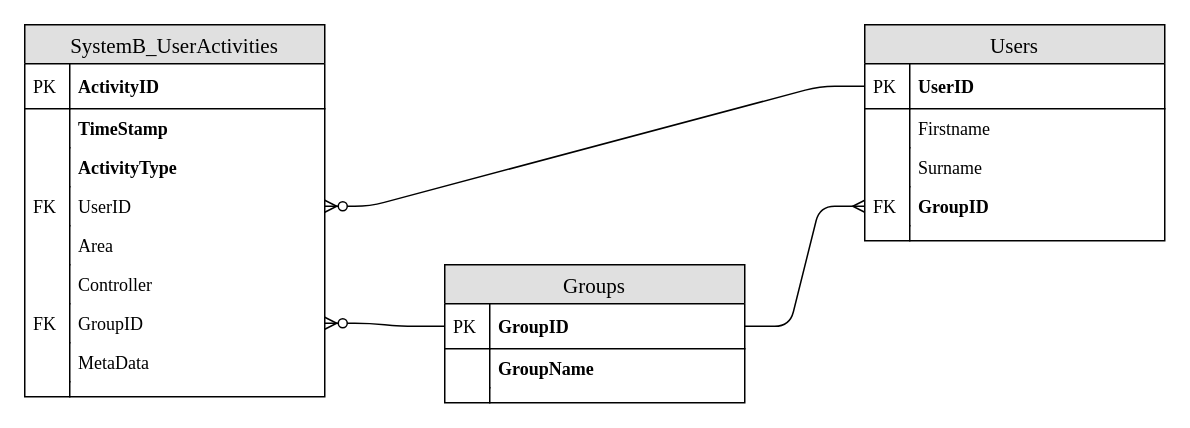
Earlier version of the draw.io diagram img/Chapter2/SystemB_ERD_Basic/SystemB_ERD_Basic.drawio (CorrieScheepers/Masters). Source tidied: cells renumbered, new cells numbered last; positions are measured from the earlier drawing's top-left corner, leaving out a move shared by most shapes. Both pictures are drawn from the tidied source at 150%, with x=0, y=0 at pixel (24, 24).
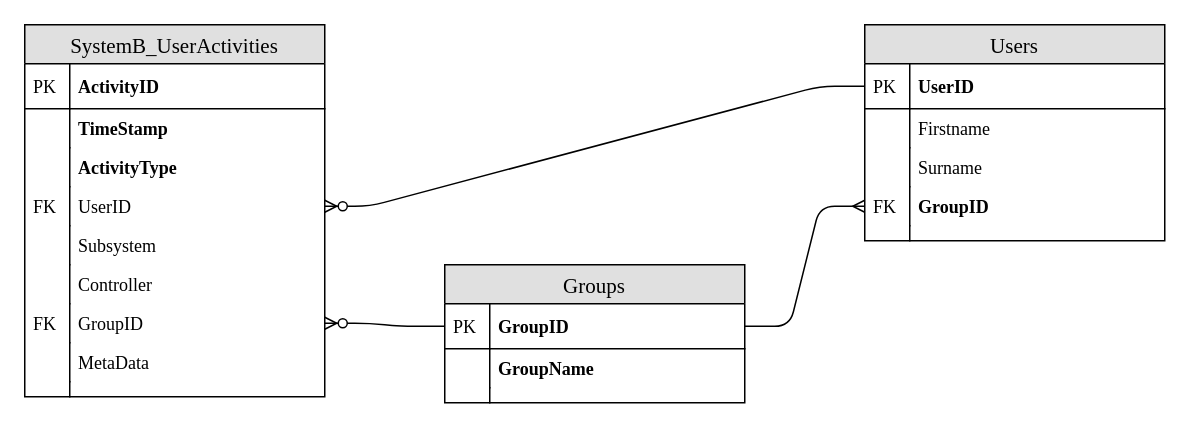
Above is the later version.

Unchanged cells that the change refers to:
```xml
<mxCell id="13" value="SystemB_UserActivities" style="swimlane;fontStyle=0;horizontal=1;startSize=26;fillColor=#e0e0e0;swimlaneFillColor=#ffffff;align=center;fontSize=14;fontFamily=Times New Roman;" parent="1" vertex="1">
  <mxGeometry width="200" height="248" as="geometry" />
</mxCell>
```

Change to the diagram source:
```diff
@@
-    <mxCell id="22" value="Area" style="shape=partialRectangle;top=0;left=0;right=0;bottom=0;align=left;verticalAlign=top;fillColor=none;spacingLeft=34;spacingRight=4;overflow=hidden;fontSize=12;fontFamily=Times New Roman;" parent="13" vertex="1">
+    <mxCell id="22" value="Subsystem" style="shape=partialRectangle;top=0;left=0;right=0;bottom=0;align=left;verticalAlign=top;fillColor=none;spacingLeft=34;spacingRight=4;overflow=hidden;fontSize=12;fontFamily=Times New Roman;" parent="13" vertex="1">
       <mxGeometry y="134" width="200" height="26" as="geometry" />
     </mxCell>
```
